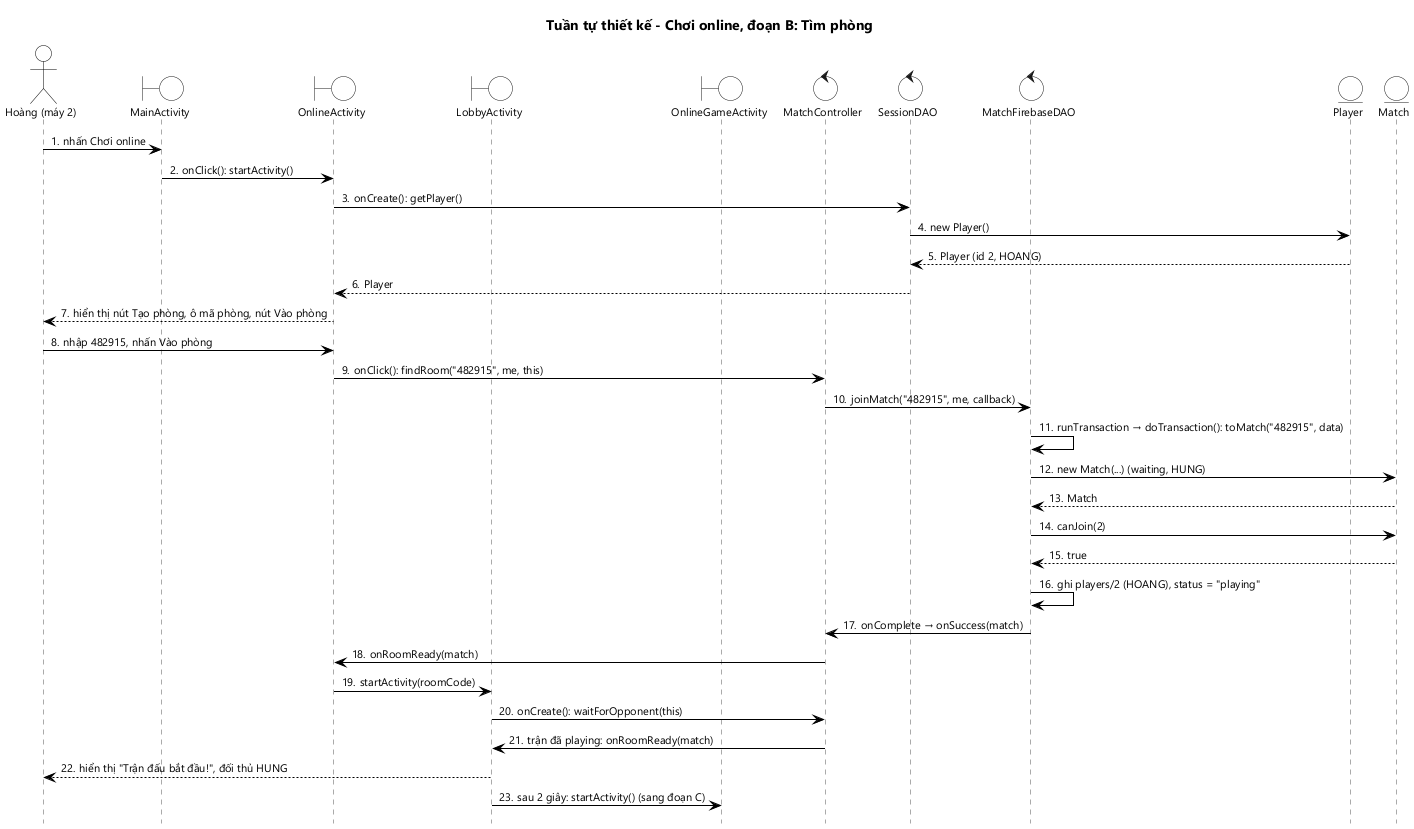
Earlier version of the PlantUML export docs/hung/tuan-tu-thiet-ke-uc05b.png (HungNguyenBa1811/math-dash).
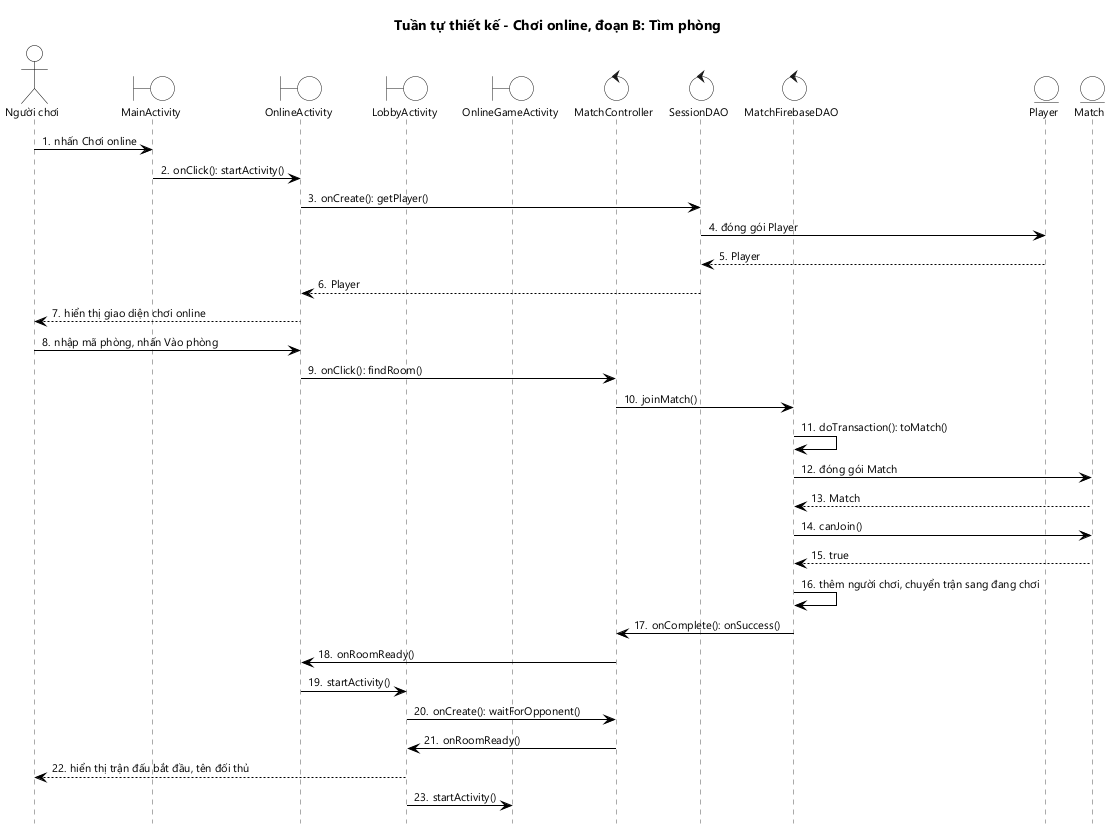
After the commit.

Change to the diagram source:
```diff
@@ -2,7 +2,7 @@
 !include _seq.iuml
 title Tuần tự thiết kế - Chơi online, đoạn B: Tìm phòng
 
-actor "Hoàng (máy 2)" as U
+actor "Người chơi" as U
 boundary MainActivity as MA
 boundary OnlineActivity as OA
 boundary LobbyActivity as LA
@@ -16,24 +16,24 @@
 U -> MA : nhấn Chơi online
 MA -> OA : onClick(): startActivity()
 OA -> SD : onCreate(): getPlayer()
-SD -> P : new Player()
-P --> SD : Player (id 2, HOANG)
+SD -> P : đóng gói Player
+P --> SD : Player
 SD --> OA : Player
-OA --> U : hiển thị nút Tạo phòng, ô mã phòng, nút Vào phòng
-U -> OA : nhập 482915, nhấn Vào phòng
-OA -> MC : onClick(): findRoom("482915", me, this)
-MC -> MFD : joinMatch("482915", me, callback)
-MFD -> MFD : runTransaction → doTransaction(): toMatch("482915", data)
-MFD -> M : new Match(...) (waiting, HUNG)
+OA --> U : hiển thị giao diện chơi online
+U -> OA : nhập mã phòng, nhấn Vào phòng
+OA -> MC : onClick(): findRoom()
+MC -> MFD : joinMatch()
+MFD -> MFD : doTransaction(): toMatch()
+MFD -> M : đóng gói Match
 M --> MFD : Match
-MFD -> M : canJoin(2)
+MFD -> M : canJoin()
 M --> MFD : true
-MFD -> MFD : ghi players/2 (HOANG), status = "playing"
-MFD -> MC : onComplete → onSuccess(match)
-MC -> OA : onRoomReady(match)
-OA -> LA : startActivity(roomCode)
-LA -> MC : onCreate(): waitForOpponent(this)
-MC -> LA : trận đã playing: onRoomReady(match)
-LA --> U : hiển thị "Trận đấu bắt đầu!", đối thủ HUNG
-LA -> GA : sau 2 giây: startActivity() (sang đoạn C)
+MFD -> MFD : thêm người chơi, chuyển trận sang đang chơi
+MFD -> MC : onComplete(): onSuccess()
+MC -> OA : onRoomReady()
+OA -> LA : startActivity()
+LA -> MC : onCreate(): waitForOpponent()
+MC -> LA : onRoomReady()
+LA --> U : hiển thị trận đấu bắt đầu, tên đối thủ
+LA -> GA : startActivity()
 @enduml
```
